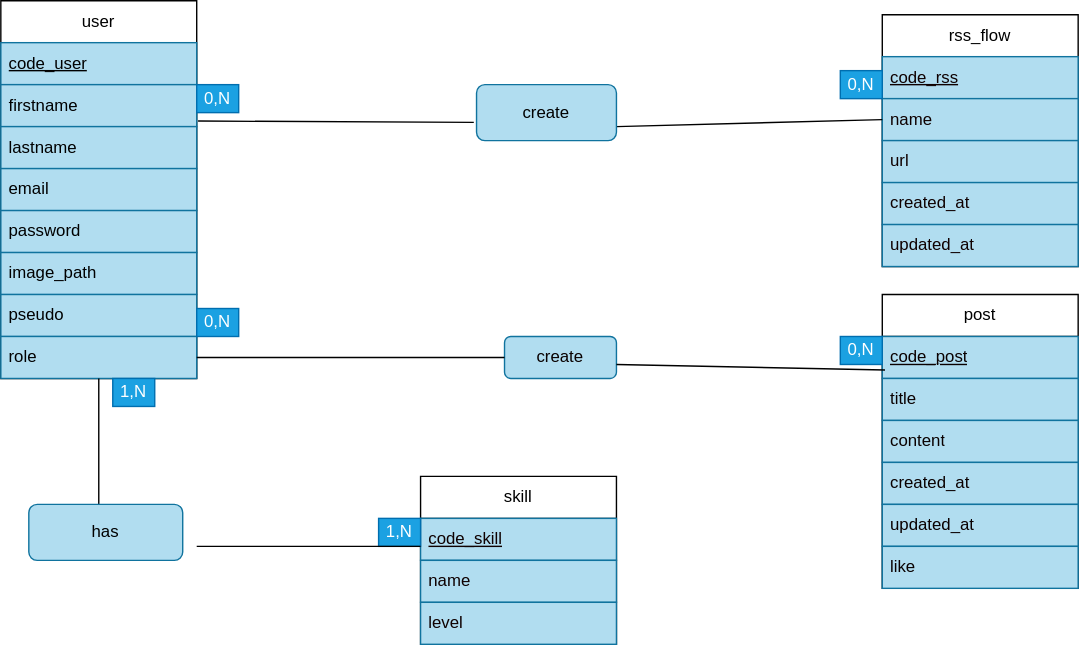
The draw.io diagram documentation/data/MCD/MCD.drawio.svg in TessFanny/devBoard_back, before a commit. Source tidied: cells renumbered, new cells last; positions are measured from the earlier drawing's top-left corner, leaving out a move shared by most shapes. The source it was exported from:
```xml
<mxGraphModel>
  <root>
    <mxCell id="0" />
    <mxCell id="1" parent="0" />
    <mxCell id="2" value="user" style="swimlane;fontStyle=0;horizontal=1;startSize=30;whiteSpace=wrap;html=1;" parent="1" vertex="1">
      <mxGeometry width="140" height="270" as="geometry" />
    </mxCell>
    <mxCell id="3" value="code_user" style="text;align=left;verticalAlign=middle;spacingLeft=4;spacingRight=4;overflow=hidden;points=[[0,0.5],[1,0.5]];portConstraint=eastwest;whiteSpace=wrap;html=1;fontStyle=4;fillColor=#b1ddf0;strokeColor=#10739e;fontColor=#000000;" parent="2" vertex="1">
      <mxGeometry y="30" width="140" height="30" as="geometry" />
    </mxCell>
    <mxCell id="4" value="firstname" style="text;align=left;verticalAlign=middle;spacingLeft=4;spacingRight=4;overflow=hidden;points=[[0,0.5],[1,0.5]];portConstraint=eastwest;whiteSpace=wrap;html=1;fillColor=#b1ddf0;strokeColor=#10739e;fontColor=#000000;" parent="2" vertex="1">
      <mxGeometry y="60" width="140" height="30" as="geometry" />
    </mxCell>
    <mxCell id="5" value="lastname" style="text;align=left;verticalAlign=middle;spacingLeft=4;spacingRight=4;overflow=hidden;whiteSpace=wrap;html=1;fillColor=#b1ddf0;strokeColor=#10739e;fontColor=#000000;" parent="2" vertex="1">
      <mxGeometry y="90" width="140" height="30" as="geometry" />
    </mxCell>
    <mxCell id="6" value="email" style="text;align=left;verticalAlign=middle;spacingLeft=4;spacingRight=4;overflow=hidden;whiteSpace=wrap;html=1;fillColor=#b1ddf0;strokeColor=#10739e;fontColor=#000000;" parent="2" vertex="1">
      <mxGeometry y="120" width="140" height="30" as="geometry" />
    </mxCell>
    <mxCell id="7" value="password" style="text;align=left;verticalAlign=middle;spacingLeft=4;spacingRight=4;overflow=hidden;whiteSpace=wrap;html=1;fillColor=#b1ddf0;strokeColor=#10739e;fontColor=#000000;" parent="2" vertex="1">
      <mxGeometry y="150" width="140" height="30" as="geometry" />
    </mxCell>
    <mxCell id="8" value="image_path" style="text;align=left;verticalAlign=middle;spacingLeft=4;spacingRight=4;overflow=hidden;whiteSpace=wrap;html=1;fillColor=#b1ddf0;strokeColor=#10739e;fontColor=#000000;" parent="2" vertex="1">
      <mxGeometry y="180" width="140" height="30" as="geometry" />
    </mxCell>
    <mxCell id="9" value="pseudo" style="text;align=left;verticalAlign=middle;spacingLeft=4;spacingRight=4;overflow=hidden;whiteSpace=wrap;html=1;fillColor=#b1ddf0;strokeColor=#10739e;fontColor=#000000;" parent="2" vertex="1">
      <mxGeometry y="210" width="140" height="30" as="geometry" />
    </mxCell>
    <mxCell id="10" value="role" style="text;align=left;verticalAlign=middle;spacingLeft=4;spacingRight=4;overflow=hidden;points=[[0,0.5],[1,0.5]];portConstraint=eastwest;whiteSpace=wrap;html=1;fillColor=#b1ddf0;strokeColor=#10739e;fontColor=#000000;" parent="2" vertex="1">
      <mxGeometry y="240" width="140" height="30" as="geometry" />
    </mxCell>
    <mxCell id="11" value="skill" style="swimlane;fontStyle=0;horizontal=1;startSize=30;whiteSpace=wrap;html=1;" parent="1" vertex="1">
      <mxGeometry x="300" y="340" width="140" height="120" as="geometry" />
    </mxCell>
    <mxCell id="12" value="code_skill" style="text;strokeColor=#10739e;fillColor=#b1ddf0;align=left;verticalAlign=middle;spacingLeft=4;spacingRight=4;overflow=hidden;whiteSpace=wrap;html=1;fontStyle=4;fontColor=#0f0000;" parent="11" vertex="1">
      <mxGeometry y="30" width="140" height="30" as="geometry" />
    </mxCell>
    <mxCell id="13" value="name" style="text;strokeColor=#10739e;fillColor=#b1ddf0;align=left;verticalAlign=middle;spacingLeft=4;spacingRight=4;overflow=hidden;whiteSpace=wrap;html=1;fontColor=#0f0000;" parent="11" vertex="1">
      <mxGeometry y="60" width="140" height="30" as="geometry" />
    </mxCell>
    <mxCell id="14" value="level" style="text;strokeColor=#10739e;fillColor=#b1ddf0;align=left;verticalAlign=middle;spacingLeft=4;spacingRight=4;overflow=hidden;whiteSpace=wrap;html=1;fontColor=#0f0000;" parent="11" vertex="1">
      <mxGeometry y="90" width="140" height="30" as="geometry" />
    </mxCell>
    <mxCell id="15" value="post" style="swimlane;fontStyle=0;horizontal=1;startSize=30;whiteSpace=wrap;html=1;" parent="1" vertex="1">
      <mxGeometry x="630" y="210" width="140" height="210" as="geometry" />
    </mxCell>
    <mxCell id="16" value="code_post" style="text;strokeColor=#10739e;fillColor=#b1ddf0;align=left;verticalAlign=middle;spacingLeft=4;spacingRight=4;overflow=hidden;points=[[0,0.5],[1,0.5]];portConstraint=eastwest;whiteSpace=wrap;html=1;fontStyle=4;fontColor=#0a0000;" parent="15" vertex="1">
      <mxGeometry y="30" width="140" height="30" as="geometry" />
    </mxCell>
    <mxCell id="17" value="title" style="text;strokeColor=#10739e;fillColor=#b1ddf0;align=left;verticalAlign=middle;spacingLeft=4;spacingRight=4;overflow=hidden;whiteSpace=wrap;html=1;fontColor=#0a0000;" parent="15" vertex="1">
      <mxGeometry y="60" width="140" height="30" as="geometry" />
    </mxCell>
    <mxCell id="18" value="content" style="text;strokeColor=#10739e;fillColor=#b1ddf0;align=left;verticalAlign=middle;spacingLeft=4;spacingRight=4;overflow=hidden;whiteSpace=wrap;html=1;fontColor=#0a0000;" parent="15" vertex="1">
      <mxGeometry y="90" width="140" height="30" as="geometry" />
    </mxCell>
    <mxCell id="19" value="created_at" style="text;strokeColor=#10739e;fillColor=#b1ddf0;align=left;verticalAlign=middle;spacingLeft=4;spacingRight=4;overflow=hidden;whiteSpace=wrap;html=1;fontColor=#0a0000;" parent="15" vertex="1">
      <mxGeometry y="120" width="140" height="30" as="geometry" />
    </mxCell>
    <mxCell id="20" value="updated_at" style="text;strokeColor=#10739e;fillColor=#b1ddf0;align=left;verticalAlign=middle;spacingLeft=4;spacingRight=4;overflow=hidden;whiteSpace=wrap;html=1;fontColor=#0a0000;" parent="15" vertex="1">
      <mxGeometry y="150" width="140" height="30" as="geometry" />
    </mxCell>
    <mxCell id="21" value="like" style="text;strokeColor=#10739e;fillColor=#b1ddf0;align=left;verticalAlign=middle;spacingLeft=4;spacingRight=4;overflow=hidden;whiteSpace=wrap;html=1;fontColor=#0a0000;" parent="15" vertex="1">
      <mxGeometry y="180" width="140" height="30" as="geometry" />
    </mxCell>
    <mxCell id="22" value="rss_flow" style="swimlane;fontStyle=0;horizontal=1;startSize=30;whiteSpace=wrap;html=1;" parent="1" vertex="1">
      <mxGeometry x="630" y="10" width="140" height="180" as="geometry" />
    </mxCell>
    <mxCell id="23" value="code_rss" style="text;strokeColor=#10739e;fillColor=#b1ddf0;align=left;verticalAlign=middle;spacingLeft=4;spacingRight=4;overflow=hidden;whiteSpace=wrap;html=1;fontStyle=4;fontColor=#0f0000;" parent="22" vertex="1">
      <mxGeometry y="30" width="140" height="30" as="geometry" />
    </mxCell>
    <mxCell id="24" value="name" style="text;strokeColor=#10739e;fillColor=#b1ddf0;align=left;verticalAlign=middle;spacingLeft=4;spacingRight=4;overflow=hidden;points=[[0,0.5],[1,0.5]];portConstraint=eastwest;whiteSpace=wrap;html=1;fontColor=#0f0000;" parent="22" vertex="1">
      <mxGeometry y="60" width="140" height="30" as="geometry" />
    </mxCell>
    <mxCell id="25" value="url" style="text;strokeColor=#10739e;fillColor=#b1ddf0;align=left;verticalAlign=middle;spacingLeft=4;spacingRight=4;overflow=hidden;whiteSpace=wrap;html=1;fontColor=#0f0000;" parent="22" vertex="1">
      <mxGeometry y="90" width="140" height="30" as="geometry" />
    </mxCell>
    <mxCell id="26" value="created_at" style="text;strokeColor=#10739e;fillColor=#b1ddf0;align=left;verticalAlign=middle;spacingLeft=4;spacingRight=4;overflow=hidden;whiteSpace=wrap;html=1;fontColor=#0f0000;" parent="22" vertex="1">
      <mxGeometry y="120" width="140" height="30" as="geometry" />
    </mxCell>
    <mxCell id="27" value="updated_at" style="text;strokeColor=#10739e;fillColor=#b1ddf0;align=left;verticalAlign=middle;spacingLeft=4;spacingRight=4;overflow=hidden;whiteSpace=wrap;html=1;fontColor=#0f0000;" parent="22" vertex="1">
      <mxGeometry y="150" width="140" height="30" as="geometry" />
    </mxCell>
    <mxCell id="28" value="create" style="rounded=1;whiteSpace=wrap;html=1;fillColor=#b1ddf0;strokeColor=#10739e;fontColor=#090101;" parent="1" vertex="1">
      <mxGeometry x="360" y="240" width="80" height="30" as="geometry" />
    </mxCell>
    <mxCell id="29" value="0,N" style="text;html=1;strokeColor=#006EAF;fillColor=#1ba1e2;align=center;verticalAlign=middle;whiteSpace=wrap;rounded=0;labelBackgroundColor=none;fontColor=#ffffff;" parent="1" vertex="1">
      <mxGeometry x="140" y="220" width="30" height="20" as="geometry" />
    </mxCell>
    <mxCell id="30" value="1,N" style="text;html=1;strokeColor=#006EAF;fillColor=#1ba1e2;align=center;verticalAlign=middle;whiteSpace=wrap;rounded=0;labelBackgroundColor=none;fontColor=#ffffff;" parent="1" vertex="1">
      <mxGeometry x="80" y="270" width="30" height="20" as="geometry" />
    </mxCell>
    <mxCell id="31" value="1,N" style="text;html=1;strokeColor=#006EAF;fillColor=#1ba1e2;align=center;verticalAlign=middle;whiteSpace=wrap;rounded=0;labelBackgroundColor=none;fontColor=#ffffff;" parent="1" vertex="1">
      <mxGeometry x="270" y="370" width="30" height="20" as="geometry" />
    </mxCell>
    <mxCell id="32" style="endArrow=none;html=1;fontColor=#FFFFFF;exitX=1;exitY=0.5;exitDx=0;exitDy=0;entryX=0;entryY=0.5;entryDx=0;entryDy=0;" parent="1" edge="1" source="10" target="28">
      <mxGeometry relative="1" as="geometry" />
    </mxCell>
    <mxCell id="33" style="endArrow=none;html=1;fontColor=#FFFFFF;entryX=-0.014;entryY=0.233;entryDx=0;entryDy=0;entryPerimeter=0;exitX=1.007;exitY=0.867;exitDx=0;exitDy=0;exitPerimeter=0;" parent="1" edge="1" source="4">
      <mxGeometry relative="1" as="geometry">
        <mxPoint x="338" y="87" as="targetPoint" />
      </mxGeometry>
    </mxCell>
    <mxCell id="34" style="endArrow=none;html=1;fontColor=#FFFFFF;entryX=0;entryY=0.5;entryDx=0;entryDy=0;exitX=1;exitY=0.75;exitDx=0;exitDy=0;" parent="1" edge="1" source="39" target="24">
      <mxGeometry relative="1" as="geometry" />
    </mxCell>
    <mxCell id="35" value="0,N" style="text;html=1;strokeColor=#006EAF;fillColor=#1ba1e2;align=center;verticalAlign=middle;whiteSpace=wrap;rounded=0;labelBackgroundColor=none;fontColor=#ffffff;" parent="1" vertex="1">
      <mxGeometry x="140" y="60" width="30" height="20" as="geometry" />
    </mxCell>
    <mxCell id="36" value="0,N" style="text;html=1;strokeColor=#006EAF;fillColor=#1ba1e2;align=center;verticalAlign=middle;whiteSpace=wrap;rounded=0;labelBackgroundColor=none;fontColor=#ffffff;" parent="1" vertex="1">
      <mxGeometry x="600" y="50" width="30" height="20" as="geometry" />
    </mxCell>
    <mxCell id="37" style="endArrow=none;html=1;fontColor=#FFFFFF;entryX=0.5;entryY=1;entryDx=0;entryDy=0;" parent="1" edge="1" target="2">
      <mxGeometry relative="1" as="geometry">
        <mxPoint x="70" y="360" as="sourcePoint" />
      </mxGeometry>
    </mxCell>
    <mxCell id="38" style="endArrow=none;html=1;fontColor=#FFFFFF;exitX=1;exitY=0.5;exitDx=0;exitDy=0;entryX=1;entryY=1;entryDx=0;entryDy=0;" parent="1" edge="1" target="31">
      <mxGeometry relative="1" as="geometry">
        <mxPoint x="140" y="390" as="sourcePoint" />
      </mxGeometry>
    </mxCell>
    <mxCell id="39" value="&lt;font color=&quot;#000000&quot;&gt;create&lt;/font&gt;" style="rounded=1;whiteSpace=wrap;html=1;fillColor=#b1ddf0;strokeColor=#10739e;" parent="1" vertex="1">
      <mxGeometry x="340" y="60" width="100" height="40" as="geometry" />
    </mxCell>
    <mxCell id="40" value="&lt;font color=&quot;#000000&quot;&gt;has&lt;/font&gt;" style="rounded=1;whiteSpace=wrap;html=1;fillColor=#b1ddf0;strokeColor=#10739e;" parent="1" vertex="1">
      <mxGeometry x="20" y="360" width="110" height="40" as="geometry" />
    </mxCell>
    <mxCell id="41" style="endArrow=none;html=1;fontColor=#000000;entryX=0.014;entryY=0.8;entryDx=0;entryDy=0;entryPerimeter=0;" parent="1" edge="1" target="16">
      <mxGeometry relative="1" as="geometry">
        <mxPoint x="440" y="260" as="sourcePoint" />
      </mxGeometry>
    </mxCell>
    <mxCell id="42" value="0,N" style="text;html=1;strokeColor=#006EAF;fillColor=#1ba1e2;align=center;verticalAlign=middle;whiteSpace=wrap;rounded=0;labelBackgroundColor=none;fontColor=#ffffff;" parent="1" vertex="1">
      <mxGeometry x="600" y="240" width="30" height="20" as="geometry" />
    </mxCell>
  </root>
</mxGraphModel>
```
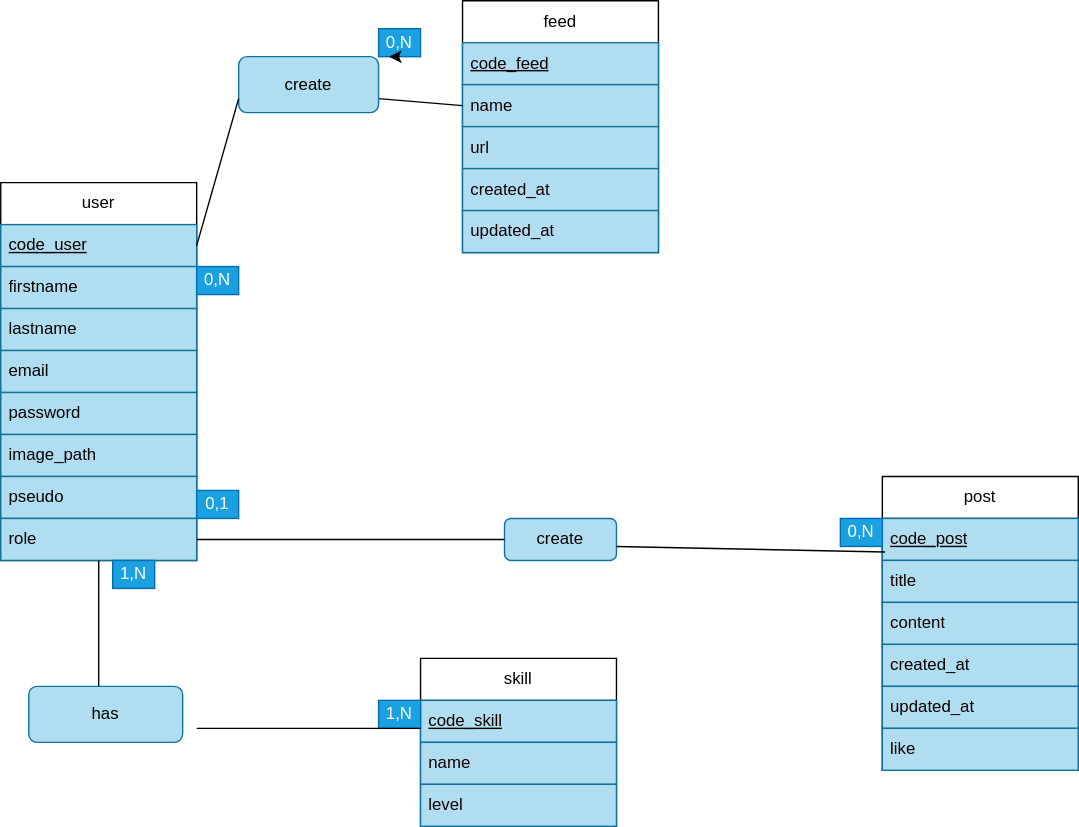
After the commit.

Change to the diagram source:
```diff
@@ -62,10 +62,10 @@
     <mxCell id="21" value="like" style="text;strokeColor=#10739e;fillColor=#b1ddf0;align=left;verticalAlign=middle;spacingLeft=4;spacingRight=4;overflow=hidden;whiteSpace=wrap;html=1;fontColor=#0a0000;" parent="15" vertex="1">
       <mxGeometry y="180" width="140" height="30" as="geometry" />
     </mxCell>
-    <mxCell id="22" value="rss_flow" style="swimlane;fontStyle=0;horizontal=1;startSize=30;whiteSpace=wrap;html=1;" parent="1" vertex="1">
-      <mxGeometry x="630" y="10" width="140" height="180" as="geometry" />
+    <mxCell id="22" value="feed" style="swimlane;fontStyle=0;horizontal=1;startSize=30;whiteSpace=wrap;html=1;" parent="1" vertex="1">
+      <mxGeometry x="330" y="-130" width="140" height="180" as="geometry" />
     </mxCell>
-    <mxCell id="23" value="code_rss" style="text;strokeColor=#10739e;fillColor=#b1ddf0;align=left;verticalAlign=middle;spacingLeft=4;spacingRight=4;overflow=hidden;whiteSpace=wrap;html=1;fontStyle=4;fontColor=#0f0000;" parent="22" vertex="1">
+    <mxCell id="23" value="code_feed" style="text;strokeColor=#10739e;fillColor=#b1ddf0;align=left;verticalAlign=middle;spacingLeft=4;spacingRight=4;overflow=hidden;whiteSpace=wrap;html=1;fontStyle=4;fontColor=#0f0000;" parent="22" vertex="1">
       <mxGeometry y="30" width="140" height="30" as="geometry" />
     </mxCell>
     <mxCell id="24" value="name" style="text;strokeColor=#10739e;fillColor=#b1ddf0;align=left;verticalAlign=middle;spacingLeft=4;spacingRight=4;overflow=hidden;points=[[0,0.5],[1,0.5]];portConstraint=eastwest;whiteSpace=wrap;html=1;fontColor=#0f0000;" parent="22" vertex="1">
@@ -83,7 +83,7 @@
     <mxCell id="28" value="create" style="rounded=1;whiteSpace=wrap;html=1;fillColor=#b1ddf0;strokeColor=#10739e;fontColor=#090101;" parent="1" vertex="1">
       <mxGeometry x="360" y="240" width="80" height="30" as="geometry" />
     </mxCell>
-    <mxCell id="29" value="0,N" style="text;html=1;strokeColor=#006EAF;fillColor=#1ba1e2;align=center;verticalAlign=middle;whiteSpace=wrap;rounded=0;labelBackgroundColor=none;fontColor=#ffffff;" parent="1" vertex="1">
+    <mxCell id="29" value="0,1" style="text;html=1;strokeColor=#006EAF;fillColor=#1ba1e2;align=center;verticalAlign=middle;whiteSpace=wrap;rounded=0;labelBackgroundColor=none;fontColor=#ffffff;" parent="1" vertex="1">
       <mxGeometry x="140" y="220" width="30" height="20" as="geometry" />
     </mxCell>
     <mxCell id="30" value="1,N" style="text;html=1;strokeColor=#006EAF;fillColor=#1ba1e2;align=center;verticalAlign=middle;whiteSpace=wrap;rounded=0;labelBackgroundColor=none;fontColor=#ffffff;" parent="1" vertex="1">
@@ -95,11 +95,6 @@
     <mxCell id="32" style="endArrow=none;html=1;fontColor=#FFFFFF;exitX=1;exitY=0.5;exitDx=0;exitDy=0;entryX=0;entryY=0.5;entryDx=0;entryDy=0;" parent="1" edge="1" source="10" target="28">
       <mxGeometry relative="1" as="geometry" />
     </mxCell>
-    <mxCell id="33" style="endArrow=none;html=1;fontColor=#FFFFFF;entryX=-0.014;entryY=0.233;entryDx=0;entryDy=0;entryPerimeter=0;exitX=1.007;exitY=0.867;exitDx=0;exitDy=0;exitPerimeter=0;" parent="1" edge="1" source="4">
-      <mxGeometry relative="1" as="geometry">
-        <mxPoint x="338" y="87" as="targetPoint" />
-      </mxGeometry>
-    </mxCell>
     <mxCell id="34" style="endArrow=none;html=1;fontColor=#FFFFFF;entryX=0;entryY=0.5;entryDx=0;entryDy=0;exitX=1;exitY=0.75;exitDx=0;exitDy=0;" parent="1" edge="1" source="39" target="24">
       <mxGeometry relative="1" as="geometry" />
     </mxCell>
@@ -107,7 +102,7 @@
       <mxGeometry x="140" y="60" width="30" height="20" as="geometry" />
     </mxCell>
     <mxCell id="36" value="0,N" style="text;html=1;strokeColor=#006EAF;fillColor=#1ba1e2;align=center;verticalAlign=middle;whiteSpace=wrap;rounded=0;labelBackgroundColor=none;fontColor=#ffffff;" parent="1" vertex="1">
-      <mxGeometry x="600" y="50" width="30" height="20" as="geometry" />
+      <mxGeometry x="270" y="-110" width="30" height="20" as="geometry" />
     </mxCell>
     <mxCell id="37" style="endArrow=none;html=1;fontColor=#FFFFFF;entryX=0.5;entryY=1;entryDx=0;entryDy=0;" parent="1" edge="1" target="2">
       <mxGeometry relative="1" as="geometry">
@@ -120,7 +115,7 @@
       </mxGeometry>
     </mxCell>
     <mxCell id="39" value="&lt;font color=&quot;#000000&quot;&gt;create&lt;/font&gt;" style="rounded=1;whiteSpace=wrap;html=1;fillColor=#b1ddf0;strokeColor=#10739e;" parent="1" vertex="1">
-      <mxGeometry x="340" y="60" width="100" height="40" as="geometry" />
+      <mxGeometry x="170" y="-90" width="100" height="40" as="geometry" />
     </mxCell>
     <mxCell id="40" value="&lt;font color=&quot;#000000&quot;&gt;has&lt;/font&gt;" style="rounded=1;whiteSpace=wrap;html=1;fillColor=#b1ddf0;strokeColor=#10739e;" parent="1" vertex="1">
       <mxGeometry x="20" y="360" width="110" height="40" as="geometry" />
@@ -133,5 +128,11 @@
     <mxCell id="42" value="0,N" style="text;html=1;strokeColor=#006EAF;fillColor=#1ba1e2;align=center;verticalAlign=middle;whiteSpace=wrap;rounded=0;labelBackgroundColor=none;fontColor=#ffffff;" parent="1" vertex="1">
       <mxGeometry x="600" y="240" width="30" height="20" as="geometry" />
     </mxCell>
+    <mxCell id="43" style="endArrow=none;html=1;exitX=1;exitY=0.5;exitDx=0;exitDy=0;entryX=0;entryY=0.75;entryDx=0;entryDy=0;" parent="1" edge="1" source="3" target="39">
+      <mxGeometry relative="1" as="geometry" />
+    </mxCell>
+    <mxCell id="44" style="edgeStyle=none;html=1;exitX=0.5;exitY=1;exitDx=0;exitDy=0;entryX=0.25;entryY=1;entryDx=0;entryDy=0;" parent="1" edge="1" source="36" target="36">
+      <mxGeometry relative="1" as="geometry" />
+    </mxCell>
   </root>
 </mxGraphModel>
```
